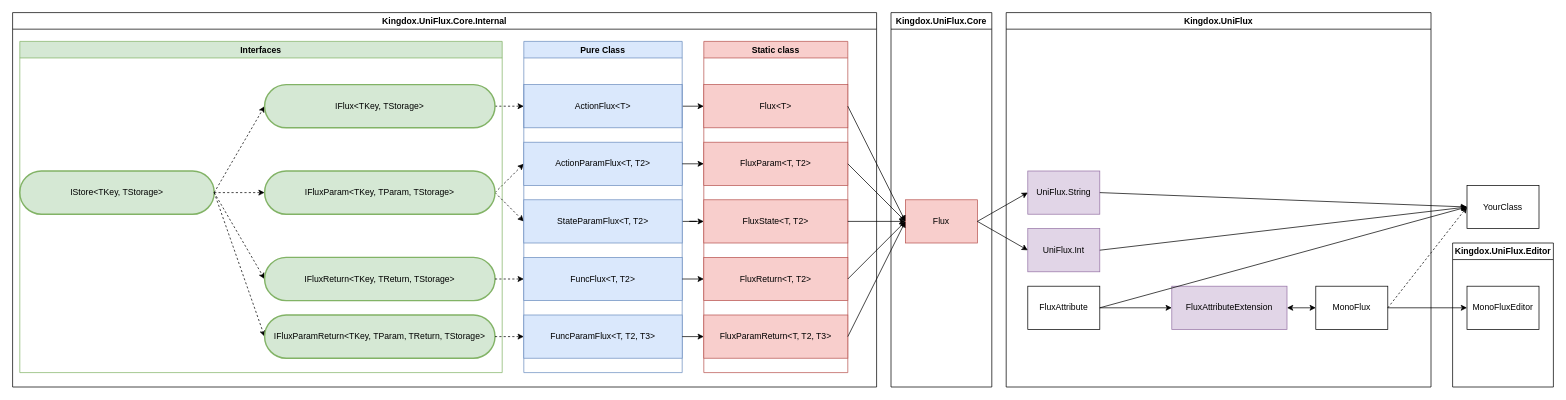
Before: Contents/UniFlux.drawio in xavierarpa/UniFlux, a draw.io diagram. Source tidied: cells renumbered, new cells numbered last; positions are measured from the earlier drawing's top-left corner, leaving out a move shared by most shapes. Both pictures are drawn from the tidied source at 72%, with x=0, y=0 at pixel (12, 12).
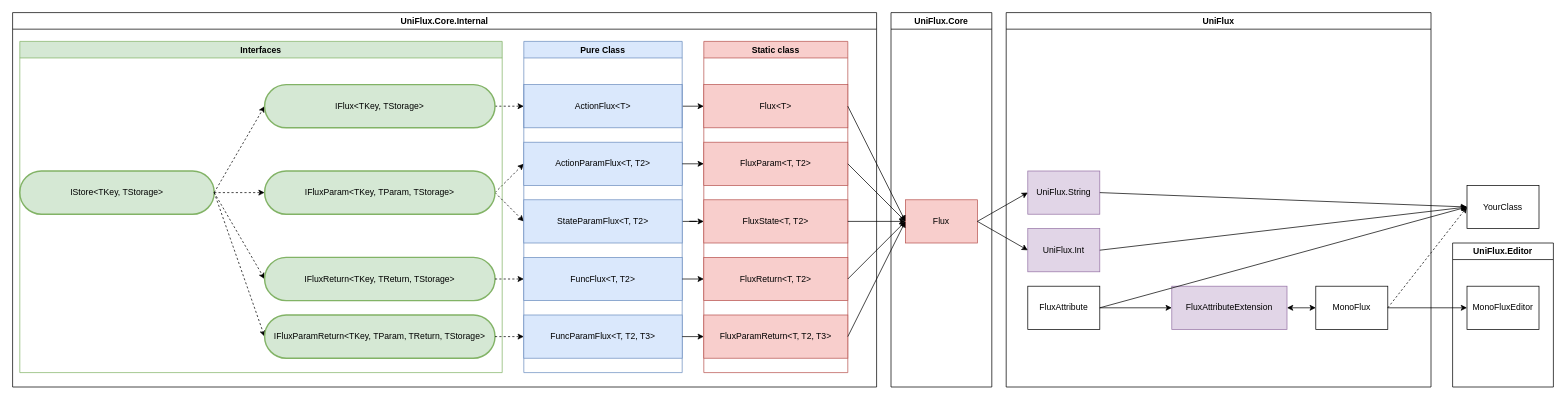
The same diagram, later.

Change to the diagram source:
```diff
@@
-    <mxCell id="13" value="Kingdox.UniFlux.Core.Internal" style="swimlane;whiteSpace=wrap;html=1;" parent="1" vertex="1">
+    <mxCell id="13" value="UniFlux.Core.Internal" style="swimlane;whiteSpace=wrap;html=1;" parent="1" vertex="1">
       <mxGeometry width="1200" height="520" as="geometry" />
     </mxCell>
@@
-    <mxCell id="35" value="Kingdox.UniFlux.Core" style="swimlane;whiteSpace=wrap;html=1;" parent="1" vertex="1">
+    <mxCell id="35" value="UniFlux.Core" style="swimlane;whiteSpace=wrap;html=1;" parent="1" vertex="1">
       <mxGeometry x="1220" width="140" height="520" as="geometry" />
     </mxCell>
@@
-    <mxCell id="37" value="Kingdox.UniFlux" style="swimlane;whiteSpace=wrap;html=1;" parent="1" vertex="1">
+    <mxCell id="37" value="UniFlux" style="swimlane;whiteSpace=wrap;html=1;" parent="1" vertex="1">
       <mxGeometry x="1380" width="590" height="520" as="geometry" />
     </mxCell>
@@
-    <mxCell id="51" value="Kingdox.UniFlux.Editor" style="swimlane;whiteSpace=wrap;html=1;" parent="1" vertex="1">
+    <mxCell id="51" value="UniFlux.Editor" style="swimlane;whiteSpace=wrap;html=1;" parent="1" vertex="1">
       <mxGeometry x="2000" y="320" width="140" height="200" as="geometry" />
     </mxCell>
```
